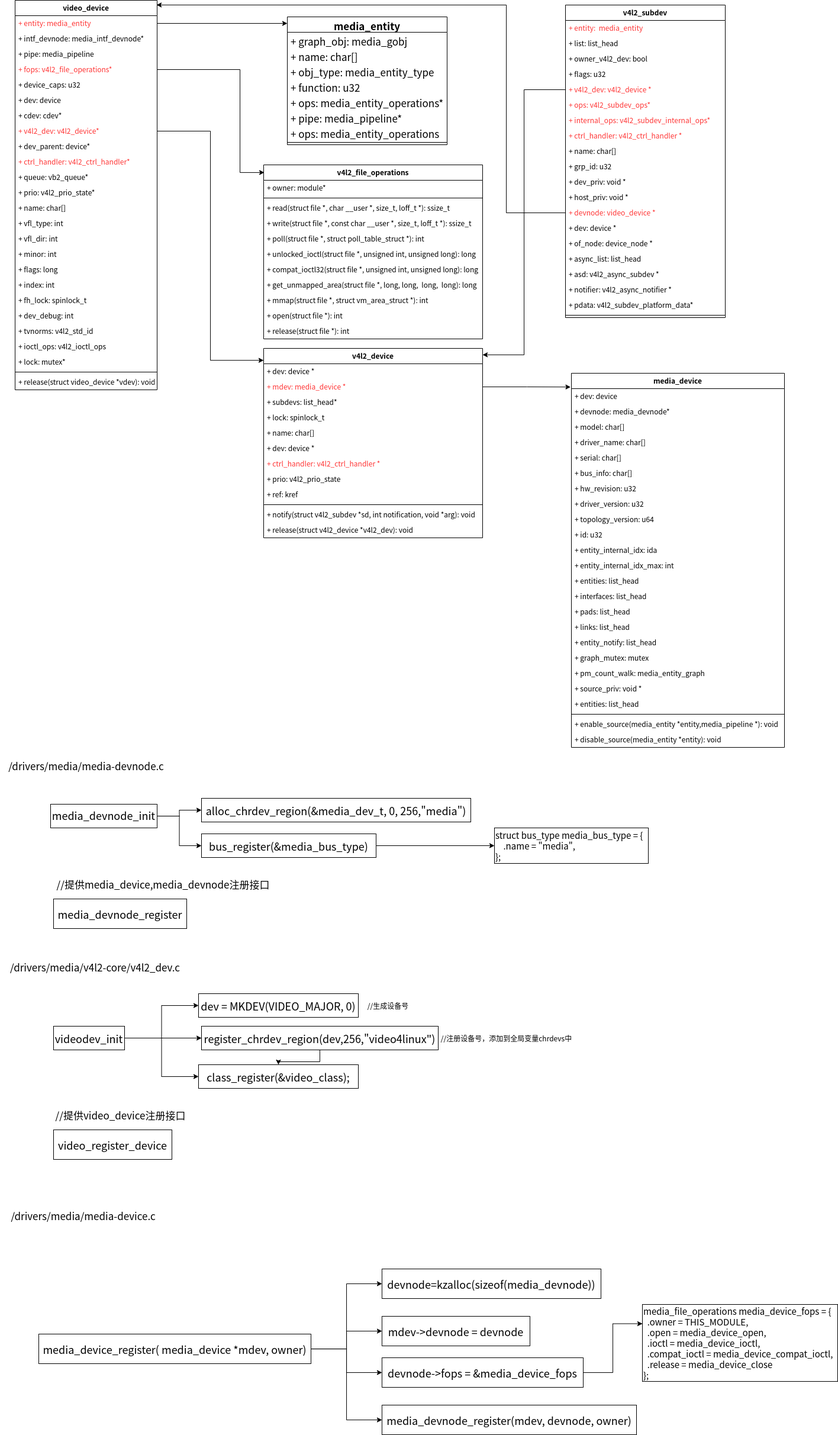
Before: v4l2-core.png, a diagram exported from draw.io (zhangmeizhen/test2). Source tidied: cells renumbered, new cells last; positions are measured from the earlier drawing's top-left corner, leaving out a move shared by most shapes.
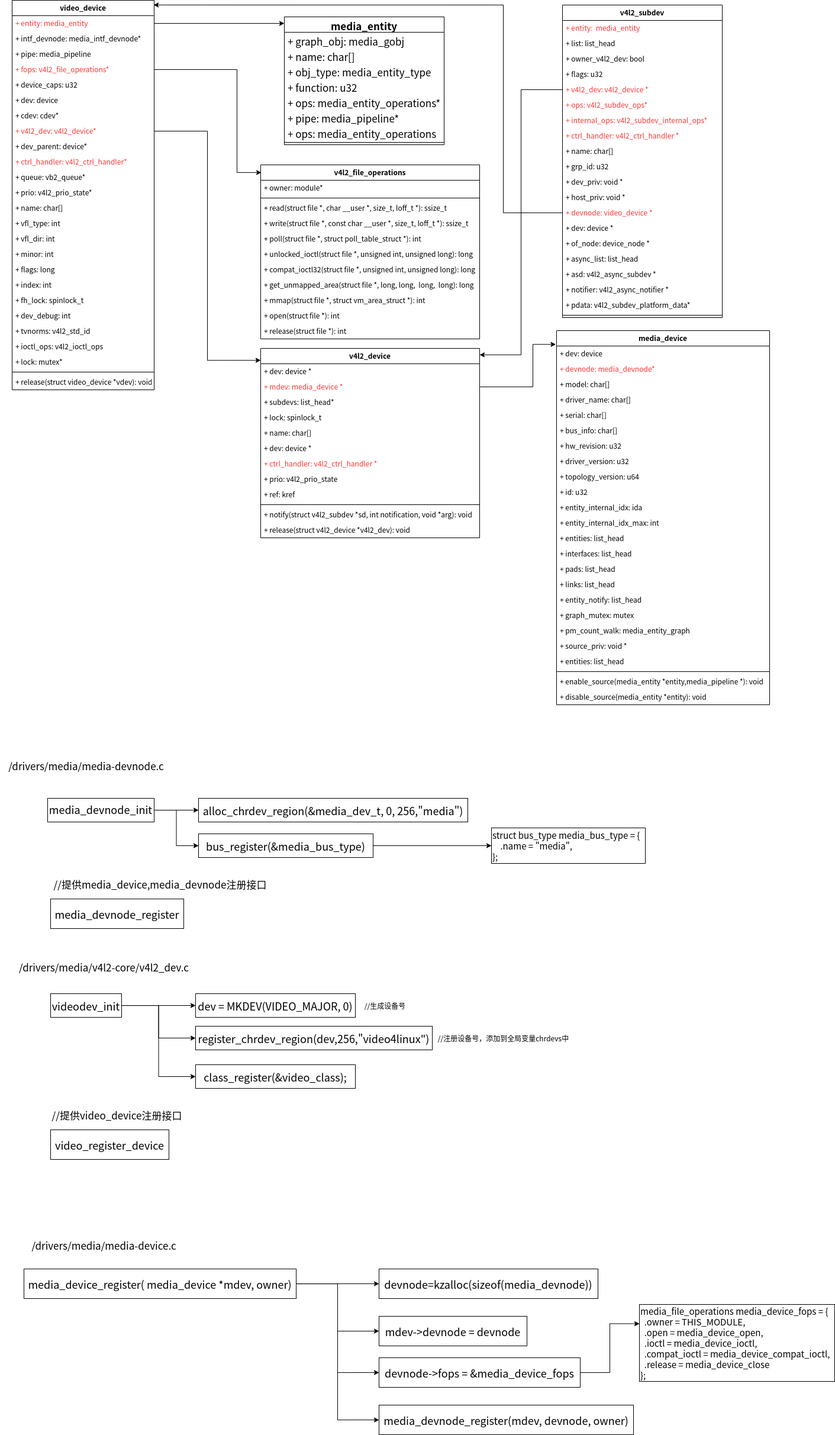
The same diagram one commit later.

What changed in the source:
```diff
@@ -246,17 +246,14 @@
     <mxCell id="79" style="edgeStyle=orthogonalEdgeStyle;rounded=0;jettySize=auto;html=1;entryX=0;entryY=0.5;entryDx=0;entryDy=0;fontColor=#000000;" parent="1" edge="1" source="82" target="148">
       <mxGeometry relative="1" as="geometry" />
     </mxCell>
-    <mxCell id="80" style="edgeStyle=orthogonalEdgeStyle;rounded=0;jettySize=auto;html=1;fontColor=#000000;startArrow=none;" parent="1" edge="1" source="148" target="85">
-      <mxGeometry relative="1" as="geometry" />
-    </mxCell>
     <mxCell id="81" style="edgeStyle=orthogonalEdgeStyle;rounded=0;jettySize=auto;html=1;entryX=0;entryY=0.5;entryDx=0;entryDy=0;fontColor=#000000;" parent="1" edge="1" source="82" target="85">
       <mxGeometry relative="1" as="geometry" />
     </mxCell>
     <mxCell id="82" value="&lt;div style=&quot;background-color: rgb(255, 255, 255); font-family: &amp;quot;Droid Sans Mono&amp;quot;, monospace, monospace, &amp;quot;Droid Sans Fallback&amp;quot;; font-size: 18px; line-height: 24px;&quot;&gt;&lt;span style=&quot;&quot;&gt;videodev_init&lt;/span&gt;&lt;/div&gt;" style="whiteSpace=wrap;html=1;fontColor=#000000;" parent="1" vertex="1">
-      <mxGeometry x="90" y="1733" width="120" height="40" as="geometry" />
+      <mxGeometry x="90" y="1678" width="120" height="40" as="geometry" />
     </mxCell>
     <mxCell id="83" value="&lt;font color=&quot;#000000&quot; style=&quot;font-size: 17px;&quot;&gt;/drivers/media/v4l2-core/v4l2_dev.c&lt;/font&gt;" style="text;html=1;align=center;verticalAlign=middle;strokeColor=none;fillColor=none;fontColor=#FF3333;fontSize=17;" parent="1" vertex="1">
-      <mxGeometry x="5" y="1618" width="310" height="30" as="geometry" />
+      <mxGeometry x="25" y="1618" width="310" height="30" as="geometry" />
     </mxCell>
     <mxCell id="84" value="&lt;div style=&quot;background-color: rgb(255, 255, 255); font-family: &amp;quot;Droid Sans Mono&amp;quot;, monospace, monospace, &amp;quot;Droid Sans Fallback&amp;quot;; font-size: 18px; line-height: 24px;&quot;&gt;&lt;div style=&quot;font-family: &amp;quot;Droid Sans Mono&amp;quot;, monospace, monospace, &amp;quot;Droid Sans Fallback&amp;quot;; line-height: 24px;&quot;&gt;&lt;div style=&quot;font-family: &amp;quot;Droid Sans Mono&amp;quot;, monospace, monospace, &amp;quot;Droid Sans Fallback&amp;quot;; line-height: 24px;&quot;&gt;dev = &lt;span style=&quot;&quot;&gt;MKDEV&lt;/span&gt;(VIDEO_MAJOR, &lt;span style=&quot;&quot;&gt;0&lt;/span&gt;)&lt;/div&gt;&lt;/div&gt;&lt;/div&gt;" style="html=1;fontColor=#000000;whiteSpace=wrap;" parent="1" vertex="1">
       <mxGeometry x="335" y="1678" width="270" height="40" as="geometry" />
@@ -271,12 +268,12 @@
       <mxGeometry x="735" y="1738" width="240" height="30" as="geometry" />
     </mxCell>
     <mxCell id="88" value="media_device" style="swimlane;fontStyle=1;align=center;verticalAlign=top;horizontal=1;startSize=26;fontColor=#000000;" parent="1" vertex="1">
-      <mxGeometry x="965" y="630" width="360" height="632" as="geometry" />
+      <mxGeometry x="945" y="558" width="360" height="632" as="geometry" />
     </mxCell>
     <mxCell id="89" value="+ dev: device" style="text;strokeColor=none;fillColor=none;align=left;verticalAlign=top;spacingLeft=4;spacingRight=4;overflow=hidden;points=[[0,0.5],[1,0.5]];portConstraint=eastwest;fontColor=#000000;" parent="88" vertex="1">
       <mxGeometry y="26" width="360" height="26" as="geometry" />
     </mxCell>
-    <mxCell id="90" value="+ devnode: media_devnode*" style="text;strokeColor=none;fillColor=none;align=left;verticalAlign=top;spacingLeft=4;spacingRight=4;overflow=hidden;fontColor=#000000;" parent="88" vertex="1">
+    <mxCell id="90" value="+ devnode: media_devnode*" style="text;strokeColor=none;fillColor=none;align=left;verticalAlign=top;spacingLeft=4;spacingRight=4;overflow=hidden;fontColor=#FF3333;" parent="88" vertex="1">
       <mxGeometry y="52" width="360" height="26" as="geometry" />
     </mxCell>
     <mxCell id="91" value="+ model: char[]" style="text;strokeColor=none;fillColor=none;align=left;verticalAlign=top;spacingLeft=4;spacingRight=4;overflow=hidden;fontColor=#000000;" parent="88" vertex="1">
@@ -346,7 +343,12 @@
       <mxGeometry y="606" width="360" height="26" as="geometry" />
     </mxCell>
     <mxCell id="113" style="edgeStyle=orthogonalEdgeStyle;rounded=0;jettySize=auto;html=1;entryX=-0.004;entryY=-0.106;entryDx=0;entryDy=0;entryPerimeter=0;fontSize=17;fontColor=#000000;" parent="1" edge="1" source="25" target="89">
-      <mxGeometry relative="1" as="geometry" />
+      <mxGeometry relative="1" as="geometry">
+        <Array as="points">
+          <mxPoint x="905" y="653" />
+          <mxPoint x="905" y="581" />
+        </Array>
+      </mxGeometry>
     </mxCell>
     <mxCell id="114" value="media_entity" style="swimlane;fontStyle=1;align=center;verticalAlign=top;horizontal=1;startSize=26;fontSize=17;fontColor=#000000;strokeColor=default;strokeWidth=1;" parent="1" vertex="1">
       <mxGeometry x="485" y="28" width="270" height="216" as="geometry" />
@@ -385,7 +387,7 @@
       <mxGeometry x="82.5" y="1868" width="240" height="30" as="geometry" />
     </mxCell>
     <mxCell id="126" value="&lt;span style=&quot;font-size: 17px;&quot;&gt;/drivers/media/media-device&lt;/span&gt;&lt;span style=&quot;font-size: 17px;&quot;&gt;.c&lt;/span&gt;" style="text;html=1;align=center;verticalAlign=middle;strokeColor=none;fillColor=none;fontSize=15;fontColor=#000000;" parent="1" vertex="1">
-      <mxGeometry x="5" y="2038" width="270" height="30" as="geometry" />
+      <mxGeometry x="45" y="2088" width="270" height="30" as="geometry" />
     </mxCell>
     <mxCell id="127" style="edgeStyle=orthogonalEdgeStyle;rounded=0;jettySize=auto;html=1;entryX=0;entryY=0.5;entryDx=0;entryDy=0;fontSize=15;fontColor=#000000;" parent="1" edge="1" source="131" target="132">
       <mxGeometry relative="1" as="geometry" />
@@ -400,7 +402,7 @@
       <mxGeometry relative="1" as="geometry" />
     </mxCell>
     <mxCell id="131" value="&lt;div style=&quot;background-color: rgb(255, 255, 255); font-family: &amp;quot;Droid Sans Mono&amp;quot;, monospace, monospace, &amp;quot;Droid Sans Fallback&amp;quot;; font-size: 18px; line-height: 24px;&quot;&gt;media_device_register( media_device *mdev, owner)&lt;/div&gt;" style="whiteSpace=wrap;html=1;fontSize=17;fontColor=#000000;strokeColor=default;strokeWidth=1;" parent="1" vertex="1">
-      <mxGeometry x="65" y="2253" width="460" height="50" as="geometry" />
+      <mxGeometry x="45" y="2143" width="460" height="50" as="geometry" />
     </mxCell>
     <mxCell id="132" value="&lt;div style=&quot;background-color: rgb(255, 255, 255); font-family: &amp;quot;Droid Sans Mono&amp;quot;, monospace, monospace, &amp;quot;Droid Sans Fallback&amp;quot;; font-size: 18px; line-height: 24px;&quot;&gt;devnode=kzalloc(sizeof(media_devnode))&lt;/div&gt;" style="whiteSpace=wrap;html=1;fontSize=17;fontColor=#000000;strokeColor=default;strokeWidth=1;" parent="1" vertex="1">
       <mxGeometry x="645" y="2143" width="370" height="50" as="geometry" />
@@ -421,7 +423,7 @@
       <mxGeometry x="645" y="2373" width="430" height="50" as="geometry" />
     </mxCell>
     <mxCell id="138" value="&lt;span style=&quot;font-size: 17px;&quot;&gt;/drivers/media/media-devnode&lt;/span&gt;&lt;span style=&quot;font-size: 17px;&quot;&gt;.c&lt;/span&gt;" style="text;html=1;align=center;verticalAlign=middle;strokeColor=none;fillColor=none;fontSize=15;fontColor=#000000;" parent="1" vertex="1">
-      <mxGeometry y="1278" width="290" height="30" as="geometry" />
+      <mxGeometry x="5" y="1278" width="290" height="30" as="geometry" />
     </mxCell>
     <mxCell id="139" style="edgeStyle=orthogonalEdgeStyle;rounded=0;jettySize=auto;html=1;entryX=0;entryY=0.5;entryDx=0;entryDy=0;fontSize=15;fontColor=#000000;" parent="1" edge="1" source="141" target="142">
       <mxGeometry relative="1" as="geometry" />
@@ -430,7 +432,7 @@
       <mxGeometry relative="1" as="geometry" />
     </mxCell>
     <mxCell id="141" value="&lt;div style=&quot;background-color: rgb(255, 255, 255); line-height: 24px;&quot;&gt;&lt;font face=&quot;Droid Sans Mono, monospace, monospace, Droid Sans Fallback&quot;&gt;&lt;span style=&quot;font-size: 18px;&quot;&gt;media_devnode_init&lt;/span&gt;&lt;/font&gt;&lt;br&gt;&lt;/div&gt;" style="whiteSpace=wrap;html=1;fontColor=#000000;" parent="1" vertex="1">
-      <mxGeometry x="85" y="1358" width="180" height="40" as="geometry" />
+      <mxGeometry x="85" y="1348" width="180" height="40" as="geometry" />
     </mxCell>
     <mxCell id="142" value="&lt;div style=&quot;background-color: rgb(255, 255, 255); font-family: &amp;quot;Droid Sans Mono&amp;quot;, monospace, monospace, &amp;quot;Droid Sans Fallback&amp;quot;; font-size: 18px; line-height: 24px;&quot;&gt;&lt;div style=&quot;font-family: &amp;quot;Droid Sans Mono&amp;quot;, monospace, monospace, &amp;quot;Droid Sans Fallback&amp;quot;; line-height: 24px;&quot;&gt;&lt;div style=&quot;font-family: &amp;quot;Droid Sans Mono&amp;quot;, monospace, monospace, &amp;quot;Droid Sans Fallback&amp;quot;; line-height: 24px;&quot;&gt;&lt;div style=&quot;line-height: 24px;&quot;&gt;alloc_chrdev_region(&amp;amp;media_dev_t, 0, 256,&quot;media&quot;)&lt;/div&gt;&lt;/div&gt;&lt;/div&gt;&lt;/div&gt;" style="html=1;fontColor=#000000;whiteSpace=wrap;" parent="1" vertex="1">
       <mxGeometry x="340" y="1348" width="455" height="40" as="geometry" />
@@ -451,10 +453,7 @@
       <mxGeometry x="85" y="1478" width="380" height="30" as="geometry" />
     </mxCell>
     <mxCell id="148" value="&lt;div style=&quot;background-color: rgb(255, 255, 255); font-family: &amp;quot;Droid Sans Mono&amp;quot;, monospace, monospace, &amp;quot;Droid Sans Fallback&amp;quot;; font-size: 18px; line-height: 24px;&quot;&gt;&lt;div style=&quot;font-family: &amp;quot;Droid Sans Mono&amp;quot;, monospace, monospace, &amp;quot;Droid Sans Fallback&amp;quot;; line-height: 24px;&quot;&gt;&lt;span style=&quot;&quot;&gt;register_chrdev_region(dev,256,&quot;&lt;/span&gt;&lt;span style=&quot;&quot;&gt;video4linux&lt;/span&gt;&lt;span style=&quot;&quot;&gt;&quot;)&lt;/span&gt;&lt;/div&gt;&lt;/div&gt;" style="html=1;fontColor=#000000;whiteSpace=wrap;" parent="1" vertex="1">
-      <mxGeometry x="340" y="1733" width="400" height="40" as="geometry" />
+      <mxGeometry x="335" y="1733" width="400" height="40" as="geometry" />
     </mxCell>
-    <mxCell id="149" style="edgeStyle=orthogonalEdgeStyle;rounded=0;jettySize=auto;html=1;fontColor=#000000;endArrow=none;" parent="1" edge="1" source="82" target="148">
-      <mxGeometry relative="1" as="geometry" />
-    </mxCell>
   </root>
 </mxGraphModel>
```
